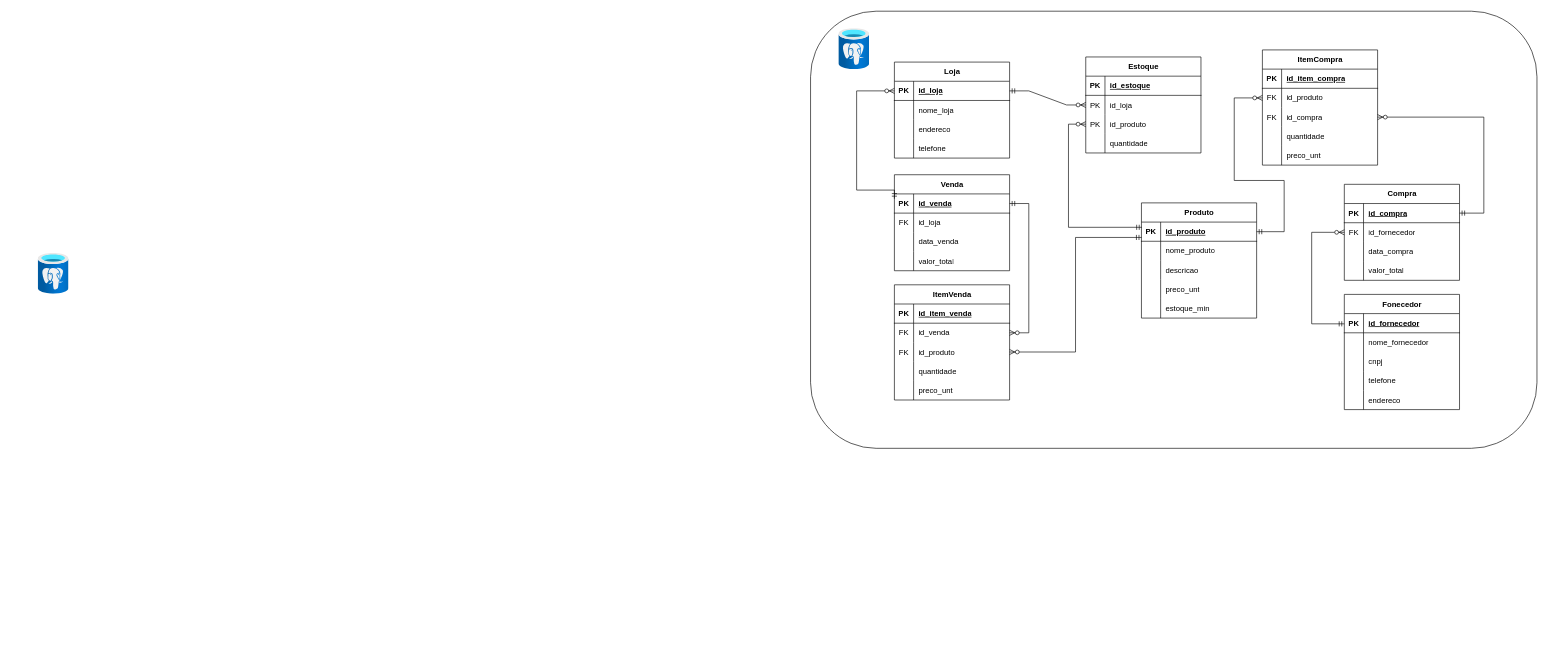
Above: docs/database/ERD.drawio in K0R0B0R0S/aps2-blackboard (draw.io), before the change. Source tidied: cells renumbered, new cells numbered last; positions are measured from the earlier drawing's top-left corner, leaving out a move shared by most shapes. Both pictures are drawn from the tidied source at 64%, with x=0, y=0 at pixel (11, 11).
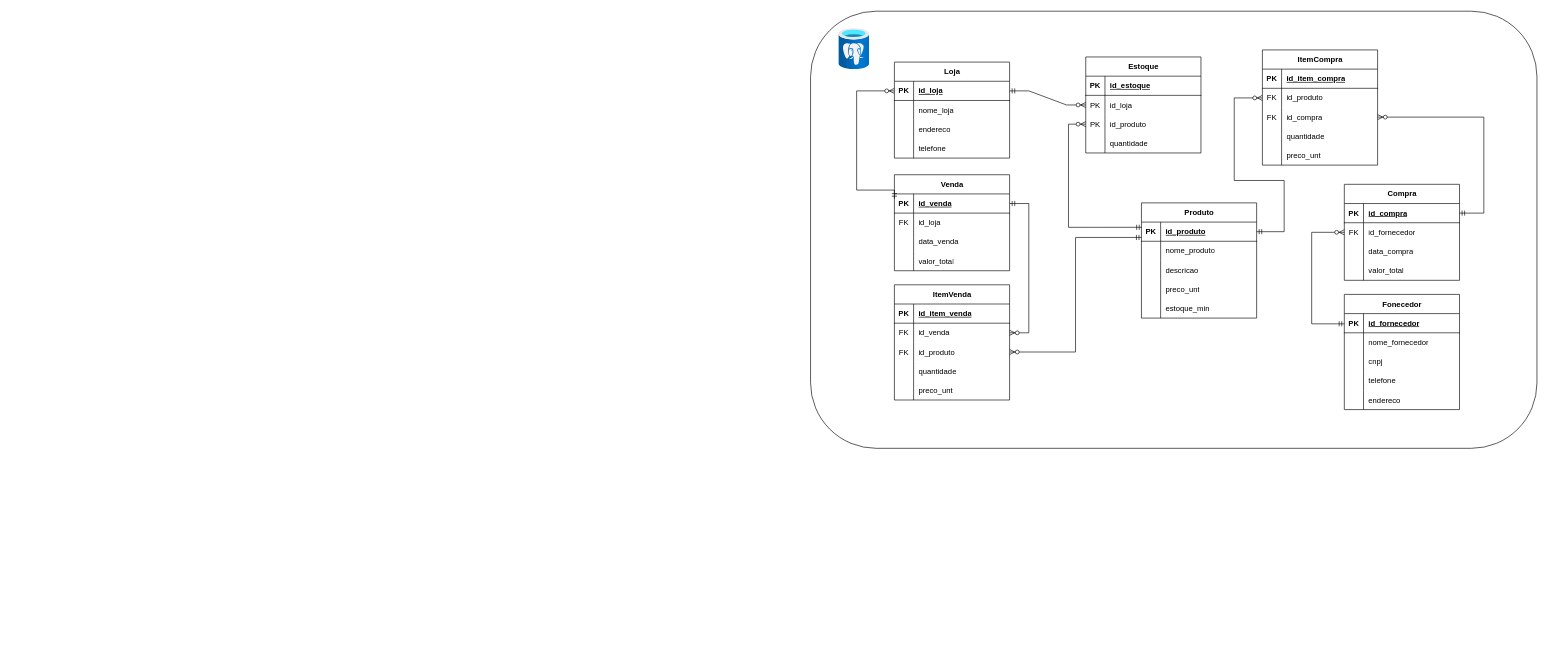
Above is the later version.

What changed in the source:
```diff
@@
-    <mxCell id="130" style="group;" parent="1" vertex="1">
-      <mxGeometry y="349" width="1143" height="648" as="geometry" />
-    </mxCell>
-    <mxCell id="131" style="image;html=1;align=center;fontSize=12;image=img/lib/azure2/databases/Azure_Database_PostgreSQL_Server.svg;fontFamily=Helvetica;fontColor=default;labelBackgroundColor=default;" parent="130" vertex="1">
-      <mxGeometry x="42" y="29" width="48" height="64" as="geometry" />
-    </mxCell>
```
